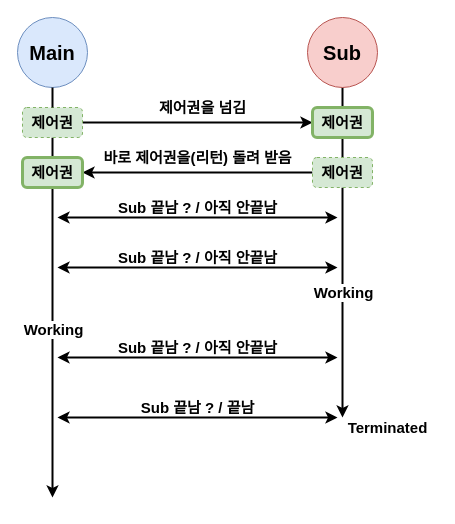
windowforsun/blog keeps this draw.io diagram as drawio/etc/concept-sync-async-blocking-non-blocking-6.drawio. Above is the earlier version. Source tidied: cells renumbered, new cells numbered last; positions are measured from the earlier drawing's top-left corner, leaving out a move shared by most shapes. Both pictures are drawn from the tidied source at 100%, with x=0, y=0 at pixel (17, 17).
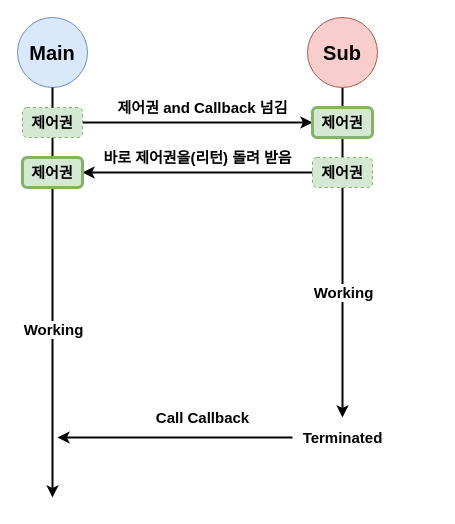
After the change.

Diff of the diagram source:
```diff
@@
-    <mxCell id="6" value="&lt;b&gt;&lt;font style=&quot;font-size: 15px&quot;&gt;제어권을 넘김&lt;/font&gt;&lt;/b&gt;" style="text;html=1;align=center;verticalAlign=middle;strokeColor=none;fillColor=none;" parent="1" vertex="1">
-      <mxGeometry x="130" y="80" width="110" height="20" as="geometry" />
+    <mxCell id="6" value="&lt;b&gt;&lt;font style=&quot;font-size: 15px&quot;&gt;제어권 and Callback 넘김&lt;/font&gt;&lt;/b&gt;" style="text;html=1;align=center;verticalAlign=middle;strokeColor=none;fillColor=none;" parent="1" vertex="1">
+      <mxGeometry x="90" y="80" width="190" height="20" as="geometry" />
     </mxCell>
@@
-    <mxCell id="20" style="endArrow=classic;startArrow=classic;html=1;strokeColor=default;strokeWidth=2;" parent="1" edge="1">
-      <mxGeometry relative="1" as="geometry">
-        <mxPoint x="40" y="200" as="sourcePoint" />
-        <mxPoint x="320" y="200" as="targetPoint" />
-      </mxGeometry>
-    </mxCell>
-    <mxCell id="21" value="&lt;b&gt;&lt;font style=&quot;font-size: 15px&quot;&gt;Sub 끝남 ? / 아직 안끝남&lt;/font&gt;&lt;/b&gt;" style="text;html=1;align=center;verticalAlign=middle;strokeColor=none;fillColor=none;" parent="1" vertex="1">
-      <mxGeometry x="90" y="180" width="180" height="20" as="geometry" />
-    </mxCell>
-    <mxCell id="22" style="endArrow=classic;startArrow=classic;html=1;strokeColor=default;strokeWidth=2;" parent="1" edge="1">
-      <mxGeometry relative="1" as="geometry">
-        <mxPoint x="40" y="250" as="sourcePoint" />
-        <mxPoint x="320" y="250" as="targetPoint" />
-      </mxGeometry>
-    </mxCell>
-    <mxCell id="23" value="&lt;b&gt;&lt;font style=&quot;font-size: 15px&quot;&gt;Sub 끝남 ? / 아직 안끝남&lt;/font&gt;&lt;/b&gt;" style="text;html=1;align=center;verticalAlign=middle;strokeColor=none;fillColor=none;" parent="1" vertex="1">
-      <mxGeometry x="90" y="230" width="180" height="20" as="geometry" />
-    </mxCell>
-    <mxCell id="24" style="endArrow=classic;startArrow=classic;html=1;strokeColor=default;strokeWidth=2;" parent="1" edge="1">
-      <mxGeometry relative="1" as="geometry">
-        <mxPoint x="40" y="340" as="sourcePoint" />
-        <mxPoint x="320" y="340" as="targetPoint" />
-      </mxGeometry>
-    </mxCell>
-    <mxCell id="25" value="&lt;b&gt;&lt;font style=&quot;font-size: 15px&quot;&gt;Sub 끝남 ? / 아직 안끝남&lt;/font&gt;&lt;/b&gt;" style="text;html=1;align=center;verticalAlign=middle;strokeColor=none;fillColor=none;" parent="1" vertex="1">
-      <mxGeometry x="90" y="320" width="180" height="20" as="geometry" />
-    </mxCell>
-    <mxCell id="26" style="endArrow=classic;startArrow=classic;html=1;strokeColor=default;strokeWidth=2;" parent="1" edge="1">
-      <mxGeometry relative="1" as="geometry">
-        <mxPoint x="40" y="400" as="sourcePoint" />
-        <mxPoint x="320" y="400" as="targetPoint" />
-      </mxGeometry>
-    </mxCell>
-    <mxCell id="27" value="&lt;b&gt;&lt;font style=&quot;font-size: 15px&quot;&gt;Sub 끝남 ? / 끝남&lt;/font&gt;&lt;/b&gt;" style="text;html=1;align=center;verticalAlign=middle;strokeColor=none;fillColor=none;" parent="1" vertex="1">
-      <mxGeometry x="115" y="380" width="130" height="20" as="geometry" />
-    </mxCell>
+    <mxCell id="29" style="edgeStyle=orthogonalEdgeStyle;rounded=0;jettySize=auto;html=1;strokeWidth=2;" parent="1" edge="1" source="28">
+      <mxGeometry relative="1" as="geometry">
+        <mxPoint x="40" y="420" as="targetPoint" />
+      </mxGeometry>
+    </mxCell>
     <mxCell id="28" value="&lt;b&gt;&lt;font style=&quot;font-size: 15px&quot;&gt;Terminated&lt;/font&gt;&lt;/b&gt;" style="text;html=1;align=center;verticalAlign=middle;points=[];strokeColor=none;fillColor=none;" parent="1" vertex="1">
-      <mxGeometry x="320" y="400" width="100" height="20" as="geometry" />
+      <mxGeometry x="275" y="410" width="100" height="20" as="geometry" />
     </mxCell>
+    <mxCell id="30" value="&lt;b&gt;&lt;font style=&quot;font-size: 15px&quot;&gt;Call Callback&lt;/font&gt;&lt;/b&gt;" style="text;html=1;align=center;verticalAlign=middle;strokeColor=none;fillColor=none;" parent="1" vertex="1">
+      <mxGeometry x="130" y="390" width="110" height="20" as="geometry" />
+    </mxCell>
```
